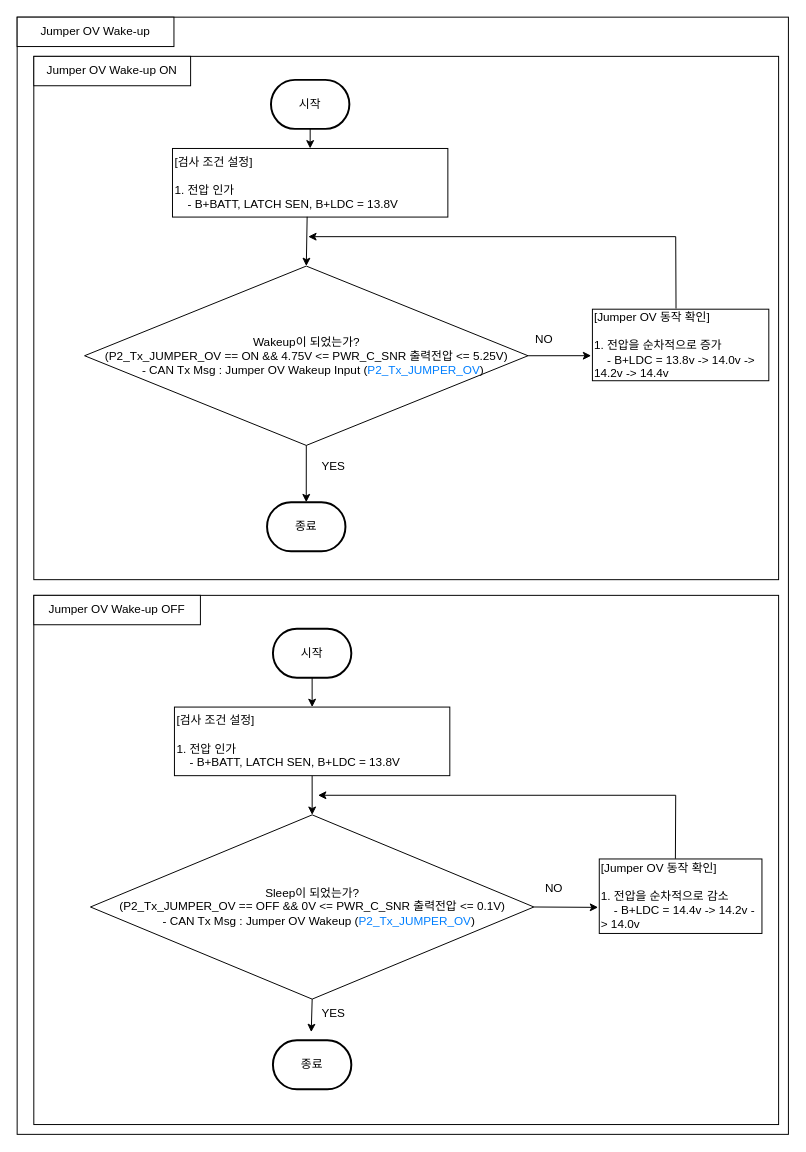
Above: jump ov wakeup.drawio in chaeyoonl/state-transition-diagram-test (draw.io), before the change. Source tidied: cells renumbered, new cells numbered last; positions are measured from the earlier drawing's top-left corner, leaving out a move shared by most shapes. Both pictures are drawn from the tidied source at 98%, with x=0, y=0 at pixel (17, 17).
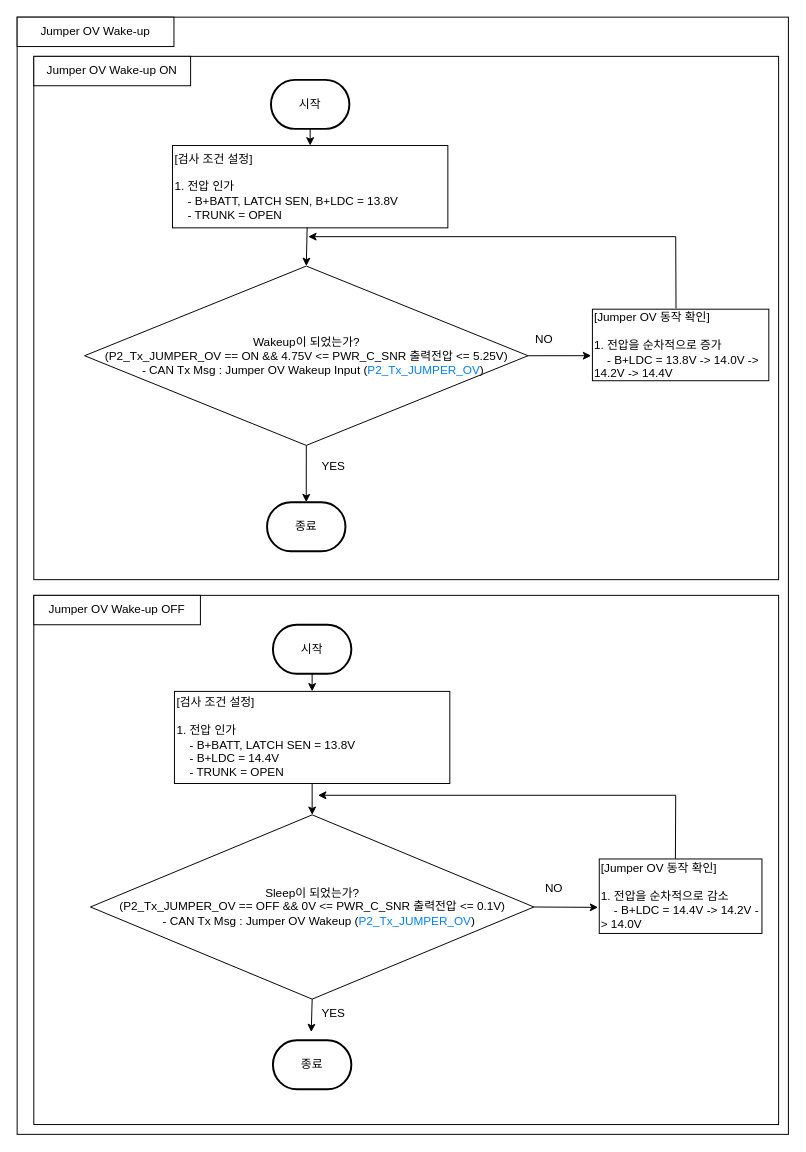
The same page after the edit.

What changed in the source:
```diff
@@
-    <mxCell id="7" value="[검사 조건 설정]&lt;br&gt;&lt;br&gt;1. 전압 인가&lt;br&gt;&amp;nbsp; &amp;nbsp; - B+BATT, LATCH SEN, B+LDC = 13.8V" style="rounded=0;whiteSpace=wrap;html=1;align=left;" parent="1" vertex="1">
-      <mxGeometry x="158.5" y="134" width="281" height="70" as="geometry" />
+    <mxCell id="7" value="[검사 조건 설정]&lt;br&gt;&lt;br&gt;1. 전압 인가&lt;br&gt;&amp;nbsp; &amp;nbsp; - B+BATT, LATCH SEN, B+LDC = 13.8V&lt;br&gt;&amp;nbsp; &amp;nbsp; - TRUNK = OPEN" style="rounded=0;whiteSpace=wrap;html=1;align=left;" parent="1" vertex="1">
+      <mxGeometry x="158.5" y="131" width="281" height="84" as="geometry" />
     </mxCell>
@@
-    <mxCell id="10" value="[Jumper OV 동작 확인]&lt;br&gt;&lt;br&gt;1. 전압을 순차적으로 증가&lt;br&gt;&amp;nbsp; &amp;nbsp; - B+LDC = 13.8v -&amp;gt; 14.0v -&amp;gt; 14.2v -&amp;gt; 14.4v" style="rounded=0;whiteSpace=wrap;html=1;align=left;" parent="1" vertex="1">
+    <mxCell id="10" value="[Jumper OV 동작 확인]&lt;br&gt;&lt;br&gt;1. 전압을 순차적으로 증가&lt;br&gt;&amp;nbsp; &amp;nbsp; - B+LDC = 13.8V -&amp;gt; 14.0V -&amp;gt; 14.2V -&amp;gt; 14.4V" style="rounded=0;whiteSpace=wrap;html=1;align=left;" parent="1" vertex="1">
       <mxGeometry x="587" y="298" width="180" height="73" as="geometry" />
     </mxCell>
@@
-    <mxCell id="21" value="[Jumper OV 동작 확인]&lt;br&gt;&lt;br&gt;1. 전압을 순차적으로 감소&lt;br style=&quot;border-color: var(--border-color);&quot;&gt;&amp;nbsp; &amp;nbsp; - B+LDC = 14.4v -&amp;gt; 14.2v -&amp;gt; 14.0v" style="rounded=0;whiteSpace=wrap;html=1;align=left;" parent="1" vertex="1">
+    <mxCell id="21" value="[Jumper OV 동작 확인]&lt;br&gt;&lt;br&gt;1. 전압을 순차적으로 감소&lt;br style=&quot;border-color: var(--border-color);&quot;&gt;&amp;nbsp; &amp;nbsp; - B+LDC = 14.4V -&amp;gt; 14.2V -&amp;gt; 14.0V" style="rounded=0;whiteSpace=wrap;html=1;align=left;" parent="1" vertex="1">
       <mxGeometry x="594" y="859" width="166" height="76" as="geometry" />
     </mxCell>
@@
     <mxCell id="28" value="시작" style="strokeWidth=2;html=1;shape=mxgraph.flowchart.terminator;whiteSpace=wrap;" parent="1" vertex="1">
-      <mxGeometry x="261" y="624" width="80" height="50" as="geometry" />
+      <mxGeometry x="261" y="620" width="80" height="50" as="geometry" />
     </mxCell>
@@
-    <mxCell id="31" value="[검사 조건 설정]&lt;br&gt;&lt;br&gt;1. 전압 인가&lt;br&gt;&amp;nbsp; &amp;nbsp; - B+BATT, LATCH SEN, B+LDC = 13.8V" style="rounded=0;whiteSpace=wrap;html=1;align=left;" parent="1" vertex="1">
-      <mxGeometry x="160.5" y="704" width="281" height="70" as="geometry" />
+    <mxCell id="31" value="[검사 조건 설정]&lt;br&gt;&lt;br&gt;1. 전압 인가&lt;br&gt;&amp;nbsp; &amp;nbsp; - B+BATT, LATCH SEN = 13.8V&lt;br&gt;&amp;nbsp; &amp;nbsp; - B+LDC = 14.4V&lt;br&gt;&amp;nbsp; &amp;nbsp; - TRUNK = OPEN" style="rounded=0;whiteSpace=wrap;html=1;align=left;" parent="1" vertex="1">
+      <mxGeometry x="160.5" y="688" width="281" height="94" as="geometry" />
     </mxCell>
```
